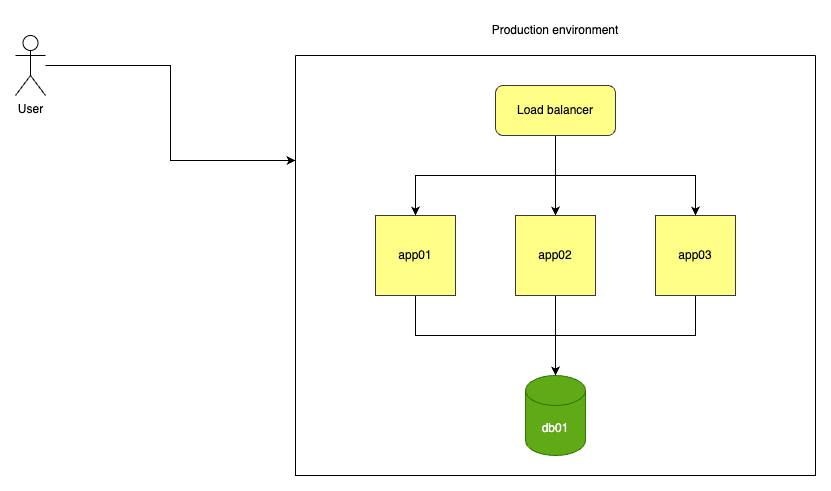
Before: Devops-practice-chatty.png, a diagram exported from draw.io (Abu-Zakaria/devops-practice-chatty-infra). Source tidied: cells renumbered, new cells last; positions are measured from the earlier drawing's top-left corner, leaving out a move shared by most shapes.
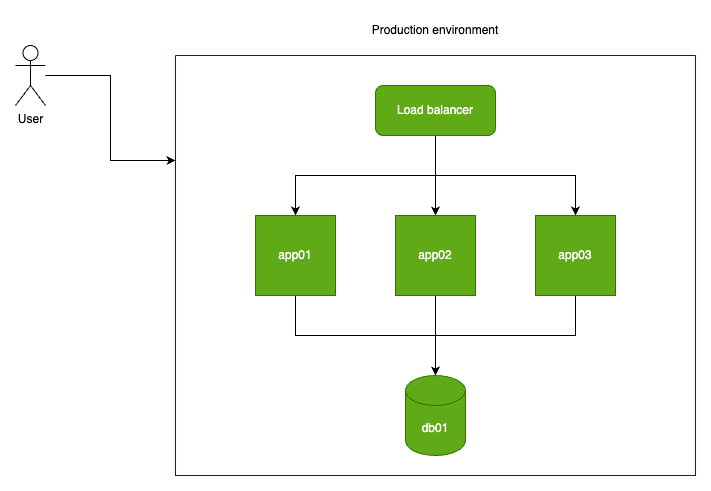
The same file after the commit.

What changed in the source:
```diff
@@ -6,9 +6,9 @@
       <mxGeometry relative="1" as="geometry" />
     </mxCell>
     <mxCell id="3" value="User" style="shape=umlActor;verticalLabelPosition=bottom;verticalAlign=top;html=1;outlineConnect=0;" parent="1" vertex="1">
-      <mxGeometry y="20" width="30" height="60" as="geometry" />
+      <mxGeometry x="120" y="30" width="30" height="60" as="geometry" />
     </mxCell>
-    <mxCell id="4" style="swimlane;startSize=0;" parent="1" vertex="1">
+    <mxCell id="4" style="swimlane;startSize=0;fillColor=#a20025;fontColor=#ffffff;strokeColor=#6F0000;" parent="1" vertex="1">
       <mxGeometry x="280" y="40" width="520" height="420" as="geometry" />
     </mxCell>
     <mxCell id="5" style="edgeStyle=orthogonalEdgeStyle;rounded=0;jettySize=auto;html=1;entryX=0.5;entryY=0;entryDx=0;entryDy=0;" parent="4" edge="1" source="8" target="12">
@@ -20,7 +20,7 @@
     <mxCell id="7" style="edgeStyle=orthogonalEdgeStyle;rounded=0;jettySize=auto;html=1;exitX=0.5;exitY=1;exitDx=0;exitDy=0;" parent="4" edge="1" source="8" target="10">
       <mxGeometry relative="1" as="geometry" />
     </mxCell>
-    <mxCell id="8" value="Load balancer" style="rounded=1;whiteSpace=wrap;html=1;fillColor=#ffff88;strokeColor=#36393d;" parent="4" vertex="1">
+    <mxCell id="8" value="Load balancer" style="rounded=1;whiteSpace=wrap;html=1;fillColor=#60a917;strokeColor=#2D7600;fontColor=#ffffff;" parent="4" vertex="1">
       <mxGeometry x="200" y="30" width="120" height="50" as="geometry" />
     </mxCell>
     <mxCell id="9" style="edgeStyle=orthogonalEdgeStyle;rounded=0;jettySize=auto;html=1;entryX=0.5;entryY=0;entryDx=0;entryDy=0;entryPerimeter=0;" parent="4" edge="1" source="10" target="15">
@@ -31,13 +31,13 @@
         </Array>
       </mxGeometry>
     </mxCell>
-    <mxCell id="10" value="app01" style="whiteSpace=wrap;html=1;fillColor=#ffff88;strokeColor=#36393d;" parent="4" vertex="1">
+    <mxCell id="10" value="app01" style="whiteSpace=wrap;html=1;fillColor=#60a917;strokeColor=#2D7600;fontColor=#ffffff;" parent="4" vertex="1">
       <mxGeometry x="80" y="160" width="80" height="80" as="geometry" />
     </mxCell>
     <mxCell id="11" style="edgeStyle=orthogonalEdgeStyle;rounded=0;jettySize=auto;html=1;" parent="4" edge="1" source="12" target="15">
       <mxGeometry relative="1" as="geometry" />
     </mxCell>
-    <mxCell id="12" value="app02" style="whiteSpace=wrap;html=1;fillColor=#ffff88;strokeColor=#36393d;" parent="4" vertex="1">
+    <mxCell id="12" value="app02" style="whiteSpace=wrap;html=1;fillColor=#60a917;strokeColor=#2D7600;fontColor=#ffffff;" parent="4" vertex="1">
       <mxGeometry x="220" y="160" width="80" height="80" as="geometry" />
     </mxCell>
     <mxCell id="13" style="edgeStyle=orthogonalEdgeStyle;rounded=0;jettySize=auto;html=1;entryX=0.5;entryY=0;entryDx=0;entryDy=0;entryPerimeter=0;" parent="4" edge="1" source="14" target="15">
@@ -48,7 +48,7 @@
         </Array>
       </mxGeometry>
     </mxCell>
-    <mxCell id="14" value="app03" style="whiteSpace=wrap;html=1;fillColor=#ffff88;strokeColor=#36393d;" parent="4" vertex="1">
+    <mxCell id="14" value="app03" style="whiteSpace=wrap;html=1;fillColor=#60a917;strokeColor=#2D7600;fontColor=#ffffff;" parent="4" vertex="1">
       <mxGeometry x="360" y="160" width="80" height="80" as="geometry" />
     </mxCell>
     <mxCell id="15" value="db01" style="shape=cylinder3;whiteSpace=wrap;html=1;boundedLbl=1;backgroundOutline=1;size=15;fillColor=#60a917;strokeColor=#2D7600;fontColor=#ffffff;" parent="4" vertex="1">
```
